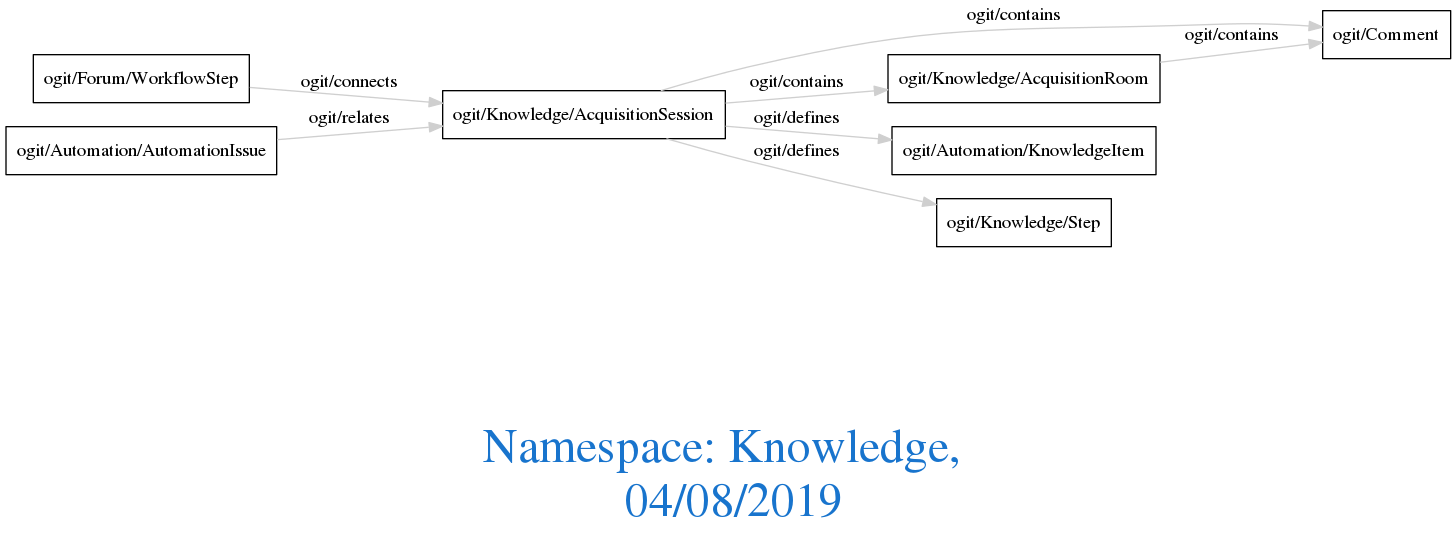
Earlier version of the Graphviz export downloads/Knowledge.png (arago/OGIT). Its source is kept beside it as downloads/Knowledge.dot. The source it was exported from:
```dot
digraph OGIT_ontology {
 graph [ rankdir= LR,fontsize = 36,
fontcolor= dodgerblue3,label = "\n\n\nNamespace: Knowledge, \n 04/08/2019"];
node[shape=polygon];
edge [  color="gray81"];

   "ogit/Knowledge/AcquisitionRoom" -> "ogit/Comment" [label="ogit/contains    "];
   "ogit/Knowledge/AcquisitionSession" -> "ogit/Comment" [label="ogit/contains    "];
   "ogit/Knowledge/AcquisitionSession" -> "ogit/Knowledge/AcquisitionRoom" [label="ogit/contains    "];
   "ogit/Knowledge/AcquisitionSession" -> "ogit/Automation/KnowledgeItem" [label="ogit/defines    "];
   "ogit/Knowledge/AcquisitionSession" -> "ogit/Knowledge/Step" [label="ogit/defines    "];
   "ogit/Forum/WorkflowStep" -> "ogit/Knowledge/AcquisitionSession" [label="ogit/connects    "];
   "ogit/Automation/AutomationIssue" -> "ogit/Knowledge/AcquisitionSession" [label="ogit/relates    "];
}
```
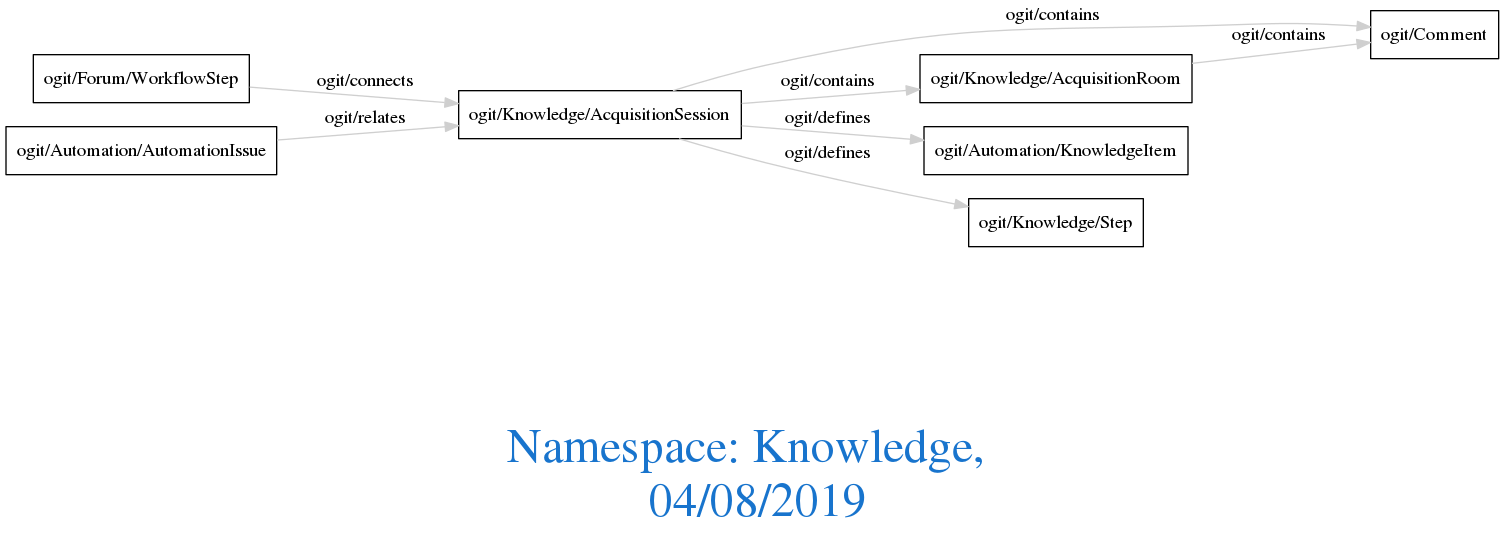
Later version of the same file.

Diff of the diagram source:
```diff
@@ -1,14 +1,15 @@
 digraph OGIT_ontology {
- graph [ rankdir= LR,fontsize = 36,
+ graph [ rankdir= LR,compound=true
+fontsize = 36,
 fontcolor= dodgerblue3,label = "\n\n\nNamespace: Knowledge, \n 04/08/2019"];
 node[shape=polygon];
 edge [  color="gray81"];
 
-   "ogit/Knowledge/AcquisitionRoom" -> "ogit/Comment" [label="ogit/contains    "];
-   "ogit/Knowledge/AcquisitionSession" -> "ogit/Comment" [label="ogit/contains    "];
-   "ogit/Knowledge/AcquisitionSession" -> "ogit/Knowledge/AcquisitionRoom" [label="ogit/contains    "];
-   "ogit/Knowledge/AcquisitionSession" -> "ogit/Automation/KnowledgeItem" [label="ogit/defines    "];
-   "ogit/Knowledge/AcquisitionSession" -> "ogit/Knowledge/Step" [label="ogit/defines    "];
-   "ogit/Forum/WorkflowStep" -> "ogit/Knowledge/AcquisitionSession" [label="ogit/connects    "];
-   "ogit/Automation/AutomationIssue" -> "ogit/Knowledge/AcquisitionSession" [label="ogit/relates    "];
+   "ogit/Knowledge/AcquisitionRoom" -> "ogit/Comment" [label="   ogit/contains    "];
+   "ogit/Knowledge/AcquisitionSession" -> "ogit/Comment" [label="   ogit/contains    "];
+   "ogit/Knowledge/AcquisitionSession" -> "ogit/Knowledge/AcquisitionRoom" [label="   ogit/contains    "];
+   "ogit/Knowledge/AcquisitionSession" -> "ogit/Automation/KnowledgeItem" [label="   ogit/defines    "];
+   "ogit/Knowledge/AcquisitionSession" -> "ogit/Knowledge/Step" [label="   ogit/defines    "];
+   "ogit/Forum/WorkflowStep" -> "ogit/Knowledge/AcquisitionSession" [label="   ogit/connects    "];
+   "ogit/Automation/AutomationIssue" -> "ogit/Knowledge/AcquisitionSession" [label="   ogit/relates    "];
 }
```
